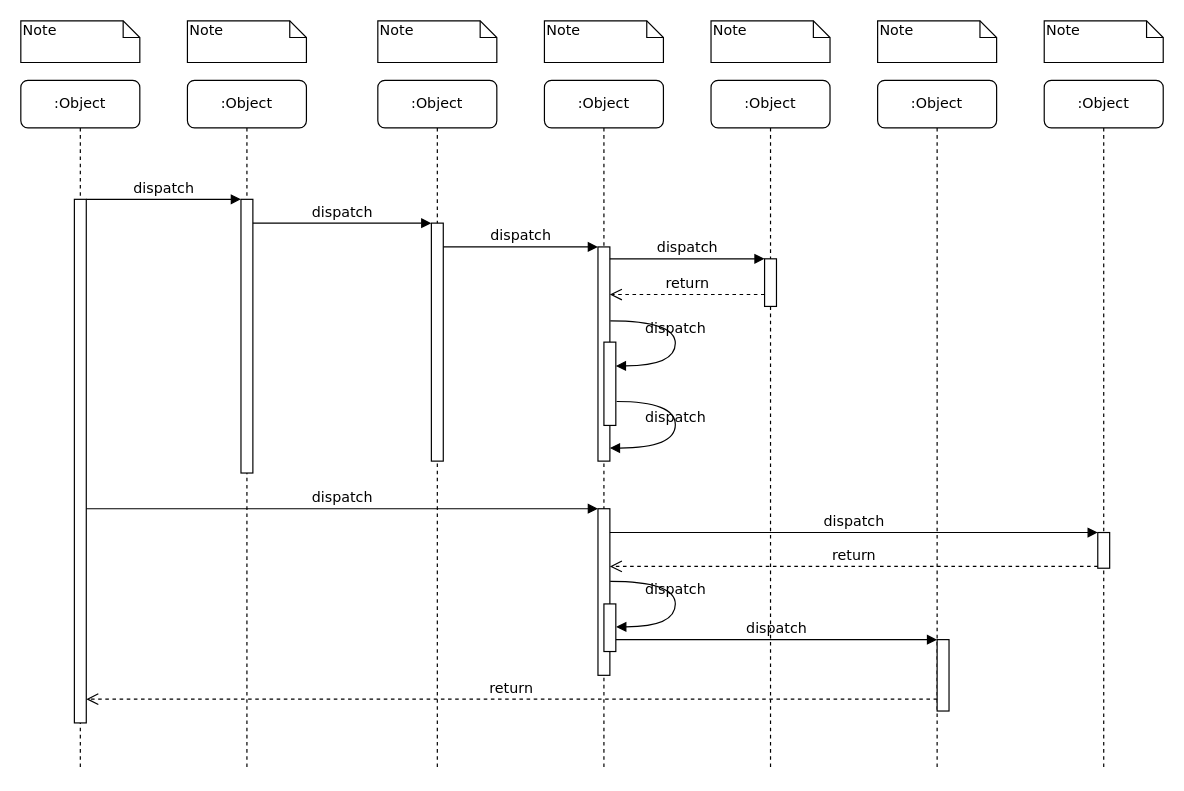
Before: Untitled Diagram.drawio in CleymenZero/COMP5541, a draw.io diagram. Source tidied: cells renumbered, new cells numbered last; positions are measured from the earlier drawing's top-left corner, leaving out a move shared by most shapes. Both pictures are drawn from the tidied source at 119%, with x=0, y=0 at pixel (20, 20).
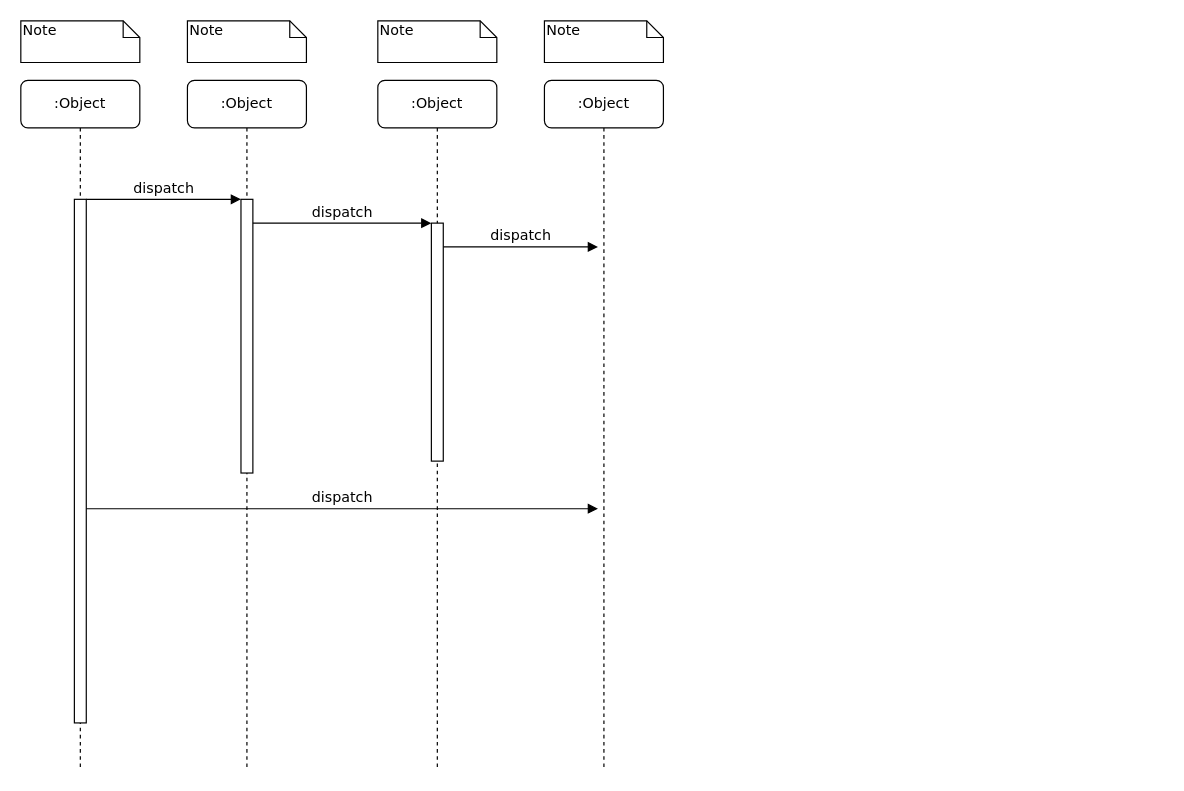
After the change.

The change refers to these unchanged cells:
```xml
<mxCell id="5" style="html=1;points=[];perimeter=orthogonalPerimeter;rounded=0;shadow=0;comic=0;labelBackgroundColor=none;strokeWidth=1;fontFamily=Verdana;fontSize=12;align=center;" parent="4" vertex="1">
  <mxGeometry x="45" y="120" width="10" height="200" as="geometry" />
</mxCell>
<mxCell id="11" style="html=1;points=[];perimeter=orthogonalPerimeter;rounded=0;shadow=0;comic=0;labelBackgroundColor=none;strokeWidth=1;fontFamily=Verdana;fontSize=12;align=center;" parent="10" vertex="1">
  <mxGeometry x="45" y="100" width="10" height="440" as="geometry" />
</mxCell>
```

The edit, as a diff of the source:
```diff
@@
-    <mxCell id="7" value=":Object" style="shape=umlLifeline;perimeter=lifelinePerimeter;whiteSpace=wrap;html=1;rounded=1;shadow=0;comic=0;labelBackgroundColor=none;strokeWidth=1;fontFamily=Verdana;fontSize=12;align=center;" parent="1" vertex="1">
-      <mxGeometry x="580" y="50" width="100" height="580" as="geometry" />
-    </mxCell>
-    <mxCell id="8" value=":Object" style="shape=umlLifeline;perimeter=lifelinePerimeter;whiteSpace=wrap;html=1;rounded=1;shadow=0;comic=0;labelBackgroundColor=none;strokeWidth=1;fontFamily=Verdana;fontSize=12;align=center;" parent="1" vertex="1">
-      <mxGeometry x="720" y="50" width="100" height="580" as="geometry" />
-    </mxCell>
-    <mxCell id="9" value=":Object" style="shape=umlLifeline;perimeter=lifelinePerimeter;whiteSpace=wrap;html=1;rounded=1;shadow=0;comic=0;labelBackgroundColor=none;strokeWidth=1;fontFamily=Verdana;fontSize=12;align=center;" parent="1" vertex="1">
-      <mxGeometry x="860" y="50" width="100" height="580" as="geometry" />
-    </mxCell>
@@
-    <mxCell id="12" style="html=1;points=[];perimeter=orthogonalPerimeter;rounded=0;shadow=0;comic=0;labelBackgroundColor=none;strokeWidth=1;fontFamily=Verdana;fontSize=12;align=center;" parent="1" vertex="1">
-      <mxGeometry x="485" y="190" width="10" height="180" as="geometry" />
-    </mxCell>
-    <mxCell id="13" value="dispatch" style="html=1;verticalAlign=bottom;endArrow=block;labelBackgroundColor=none;fontFamily=Verdana;fontSize=12;edgeStyle=elbowEdgeStyle;elbow=vertical;" parent="1" edge="1" source="5" target="12">
+    <mxCell id="13" value="dispatch" style="html=1;verticalAlign=bottom;endArrow=block;labelBackgroundColor=none;fontFamily=Verdana;fontSize=12;edgeStyle=elbowEdgeStyle;elbow=vertical;" parent="1" edge="1" source="5">
       <mxGeometry relative="1" as="geometry">
+        <mxPoint x="485" y="190" as="targetPoint" />
         <Array as="points">
           <mxPoint x="360" y="190" />
         </Array>
       </mxGeometry>
     </mxCell>
-    <mxCell id="14" style="html=1;points=[];perimeter=orthogonalPerimeter;rounded=0;shadow=0;comic=0;labelBackgroundColor=none;strokeWidth=1;fontFamily=Verdana;fontSize=12;align=center;" parent="1" vertex="1">
-      <mxGeometry x="625" y="200" width="10" height="40" as="geometry" />
-    </mxCell>
-    <mxCell id="15" value="dispatch" style="html=1;verticalAlign=bottom;endArrow=block;entryX=0;entryY=0;labelBackgroundColor=none;fontFamily=Verdana;fontSize=12;edgeStyle=elbowEdgeStyle;elbow=vertical;" parent="1" edge="1" source="12" target="14">
-      <mxGeometry relative="1" as="geometry" />
-    </mxCell>
-    <mxCell id="16" value="return" style="html=1;verticalAlign=bottom;endArrow=open;dashed=1;endSize=8;labelBackgroundColor=none;fontFamily=Verdana;fontSize=12;edgeStyle=elbowEdgeStyle;elbow=vertical;" parent="1" edge="1" source="14" target="12">
-      <mxGeometry relative="1" as="geometry">
-        <Array as="points">
-          <mxPoint x="570" y="230" />
-          <mxPoint x="600" y="230" />
-        </Array>
-      </mxGeometry>
-    </mxCell>
-    <mxCell id="17" style="html=1;points=[];perimeter=orthogonalPerimeter;rounded=0;shadow=0;comic=0;labelBackgroundColor=none;strokeWidth=1;fontFamily=Verdana;fontSize=12;align=center;" parent="1" vertex="1">
-      <mxGeometry x="485" y="410" width="10" height="140" as="geometry" />
-    </mxCell>
-    <mxCell id="18" value="dispatch" style="html=1;verticalAlign=bottom;endArrow=block;entryX=0;entryY=0;labelBackgroundColor=none;fontFamily=Verdana;fontSize=12;" parent="1" edge="1" source="11" target="17">
-      <mxGeometry relative="1" as="geometry" />
+    <mxCell id="18" value="dispatch" style="html=1;verticalAlign=bottom;endArrow=block;entryX=0;entryY=0;labelBackgroundColor=none;fontFamily=Verdana;fontSize=12;" parent="1" edge="1" source="11">
+      <mxGeometry relative="1" as="geometry">
+        <mxPoint x="485" y="410" as="targetPoint" />
+      </mxGeometry>
     </mxCell>
-    <mxCell id="19" style="html=1;points=[];perimeter=orthogonalPerimeter;rounded=0;shadow=0;comic=0;labelBackgroundColor=none;strokeColor=#000000;strokeWidth=1;fillColor=#FFFFFF;fontFamily=Verdana;fontSize=12;fontColor=#000000;align=center;" parent="1" vertex="1">
-      <mxGeometry x="905" y="430" width="10" height="30" as="geometry" />
-    </mxCell>
-    <mxCell id="20" value="dispatch" style="html=1;verticalAlign=bottom;endArrow=block;entryX=0;entryY=0;labelBackgroundColor=none;fontFamily=Verdana;fontSize=12;" parent="1" edge="1" source="17" target="19">
-      <mxGeometry relative="1" as="geometry" />
-    </mxCell>
-    <mxCell id="21" value="return" style="html=1;verticalAlign=bottom;endArrow=open;dashed=1;endSize=8;exitX=0;exitY=0.95;labelBackgroundColor=none;fontFamily=Verdana;fontSize=12;" parent="1" edge="1" source="19" target="17">
-      <mxGeometry relative="1" as="geometry" />
-    </mxCell>
-    <mxCell id="22" style="html=1;points=[];perimeter=orthogonalPerimeter;rounded=0;shadow=0;comic=0;labelBackgroundColor=none;strokeWidth=1;fontFamily=Verdana;fontSize=12;align=center;" parent="1" vertex="1">
-      <mxGeometry x="770" y="520" width="10" height="60" as="geometry" />
-    </mxCell>
-    <mxCell id="23" value="dispatch" style="html=1;verticalAlign=bottom;endArrow=block;entryX=0;entryY=0;labelBackgroundColor=none;fontFamily=Verdana;fontSize=12;edgeStyle=elbowEdgeStyle;elbow=vertical;" parent="1" edge="1" source="30" target="22">
-      <mxGeometry relative="1" as="geometry" />
-    </mxCell>
-    <mxCell id="24" value="return" style="html=1;verticalAlign=bottom;endArrow=open;dashed=1;endSize=8;labelBackgroundColor=none;fontFamily=Verdana;fontSize=12;edgeStyle=elbowEdgeStyle;elbow=vertical;" parent="1" edge="1" source="22" target="11">
-      <mxGeometry relative="1" as="geometry">
-        <Array as="points">
-          <mxPoint x="470" y="570" />
-        </Array>
-      </mxGeometry>
-    </mxCell>
@@
-    <mxCell id="27" style="html=1;points=[];perimeter=orthogonalPerimeter;rounded=0;shadow=0;comic=0;labelBackgroundColor=none;strokeWidth=1;fontFamily=Verdana;fontSize=12;align=center;" parent="1" vertex="1">
-      <mxGeometry x="490" y="270" width="10" height="70" as="geometry" />
-    </mxCell>
-    <mxCell id="28" value="dispatch" style="html=1;verticalAlign=bottom;endArrow=block;labelBackgroundColor=none;fontFamily=Verdana;fontSize=12;elbow=vertical;edgeStyle=orthogonalEdgeStyle;curved=1;entryX=1;entryY=0.286;entryPerimeter=0;exitX=1.038;exitY=0.345;exitPerimeter=0;" parent="1" edge="1" source="12" target="27">
-      <mxGeometry relative="1" as="geometry">
-        <Array as="points">
-          <mxPoint x="550" y="252" />
-          <mxPoint x="550" y="290" />
-        </Array>
-      </mxGeometry>
-    </mxCell>
-    <mxCell id="29" value="dispatch" style="html=1;verticalAlign=bottom;endArrow=block;labelBackgroundColor=none;fontFamily=Verdana;fontSize=12;elbow=vertical;edgeStyle=orthogonalEdgeStyle;curved=1;exitX=1.066;exitY=0.713;exitPerimeter=0;" parent="1" edge="1" source="27">
-      <mxGeometry relative="1" as="geometry">
-        <mxPoint x="495" y="359" as="targetPoint" />
-        <Array as="points">
-          <mxPoint x="550" y="320" />
-          <mxPoint x="550" y="359" />
-        </Array>
-      </mxGeometry>
-    </mxCell>
-    <mxCell id="30" style="html=1;points=[];perimeter=orthogonalPerimeter;rounded=0;shadow=0;comic=0;labelBackgroundColor=none;strokeWidth=1;fontFamily=Verdana;fontSize=12;align=center;" parent="1" vertex="1">
-      <mxGeometry x="490" y="490" width="10" height="40" as="geometry" />
-    </mxCell>
-    <mxCell id="31" value="dispatch" style="html=1;verticalAlign=bottom;endArrow=block;labelBackgroundColor=none;fontFamily=Verdana;fontSize=12;elbow=vertical;edgeStyle=orthogonalEdgeStyle;curved=1;entryX=1;entryY=0.286;entryPerimeter=0;exitX=1.038;exitY=0.345;exitPerimeter=0;" parent="1" edge="1">
-      <mxGeometry relative="1" as="geometry">
-        <mxPoint x="495.3" y="471" as="sourcePoint" />
-        <mxPoint x="500.3" y="509.3" as="targetPoint" />
-        <Array as="points">
-          <mxPoint x="550" y="471" />
-          <mxPoint x="550" y="509" />
-        </Array>
-      </mxGeometry>
-    </mxCell>
@@
-    <mxCell id="36" value="Note" style="shape=note;whiteSpace=wrap;html=1;size=14;verticalAlign=top;align=left;spacingTop=-6;rounded=0;shadow=0;comic=0;labelBackgroundColor=none;strokeWidth=1;fontFamily=Verdana;fontSize=12;" parent="1" vertex="1">
-      <mxGeometry x="580" width="100" height="35" as="geometry" />
-    </mxCell>
-    <mxCell id="37" value="Note" style="shape=note;whiteSpace=wrap;html=1;size=14;verticalAlign=top;align=left;spacingTop=-6;rounded=0;shadow=0;comic=0;labelBackgroundColor=none;strokeWidth=1;fontFamily=Verdana;fontSize=12;" parent="1" vertex="1">
-      <mxGeometry x="720" width="100" height="35" as="geometry" />
-    </mxCell>
-    <mxCell id="38" value="Note" style="shape=note;whiteSpace=wrap;html=1;size=14;verticalAlign=top;align=left;spacingTop=-6;rounded=0;shadow=0;comic=0;labelBackgroundColor=none;strokeWidth=1;fontFamily=Verdana;fontSize=12;" parent="1" vertex="1">
-      <mxGeometry x="860" width="100" height="35" as="geometry" />
-    </mxCell>
```
